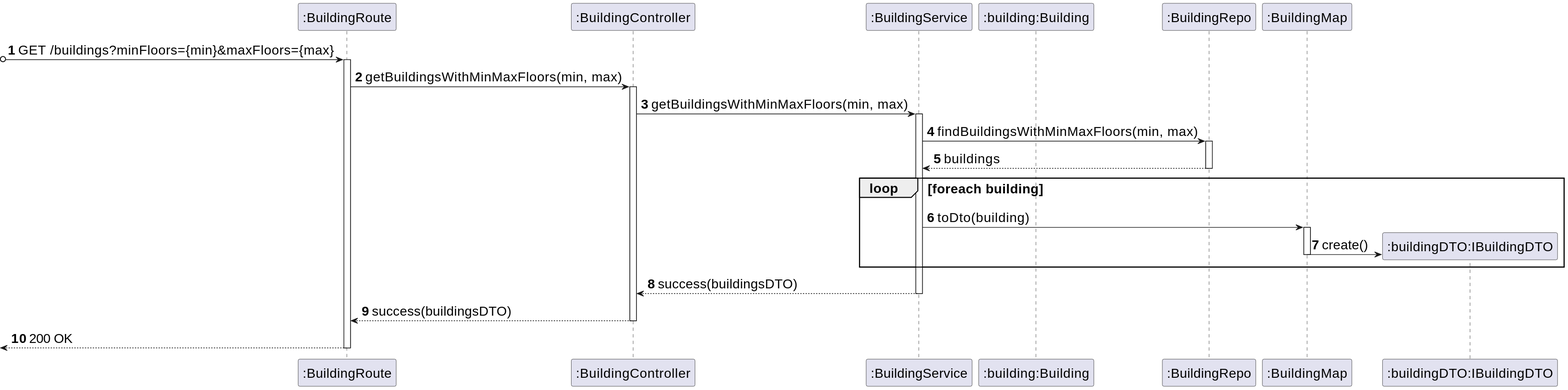
The PlantUML diagram _wiki/sprint-a/us04-180/views/level-3/assets/process-view.svg in miseEnPlace-dev/lapr5, before a commit. Its diagram source:
```plantuml
@startuml
skinparamlocked defaultFontSize 20
autonumber
participant ROUTE as ":BuildingRoute"
participant CTRL as ":BuildingController"
participant SRV as ":BuildingService"
participant BUILD as ":building:Building"
participant REPO as ":BuildingRepo"
participant MAP as ":BuildingMap"
participant DTO as ":buildingDTO:IBuildingDTO"

?o-> ROUTE : GET /buildings?minFloors={min}&maxFloors={max}
activate ROUTE

ROUTE -> CTRL : getBuildingsWithMinMaxFloors(min, max)
activate CTRL
CTRL -> SRV : getBuildingsWithMinMaxFloors(min, max)
activate SRV
SRV -> REPO : findBuildingsWithMinMaxFloors(min, max)
activate REPO
REPO --> SRV : buildings
deactivate REPO
loop foreach building
    SRV -> MAP : toDto(building)
    activate MAP
    MAP -> DTO** : create()
    deactivate MAP
end
SRV --> CTRL : success(buildingsDTO)
deactivate SRV
CTRL --> ROUTE : success(buildingsDTO)
deactivate CTRL
<-- ROUTE : 200 OK
deactivate ROUTE
@enduml
```
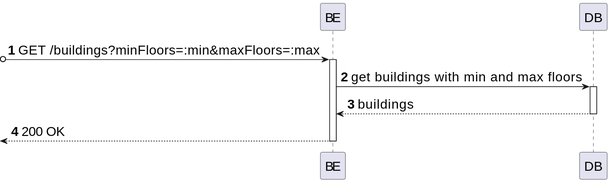
After the commit.

Change to the diagram source:
```diff
@@ -1,35 +1,17 @@
 @startuml
 skinparamlocked defaultFontSize 20
 autonumber
-participant ROUTE as ":BuildingRoute"
-participant CTRL as ":BuildingController"
-participant SRV as ":BuildingService"
-participant BUILD as ":building:Building"
-participant REPO as ":BuildingRepo"
-participant MAP as ":BuildingMap"
-participant DTO as ":buildingDTO:IBuildingDTO"
+participant BE as "BE"
+participant DB as "DB"
 
-?o-> ROUTE : GET /buildings?minFloors={min}&maxFloors={max}
-activate ROUTE
+?o-> BE : GET /buildings?minFloors=:min&maxFloors=:max
+activate BE
 
-ROUTE -> CTRL : getBuildingsWithMinMaxFloors(min, max)
-activate CTRL
-CTRL -> SRV : getBuildingsWithMinMaxFloors(min, max)
-activate SRV
-SRV -> REPO : findBuildingsWithMinMaxFloors(min, max)
-activate REPO
-REPO --> SRV : buildings
-deactivate REPO
-loop foreach building
-    SRV -> MAP : toDto(building)
-    activate MAP
-    MAP -> DTO** : create()
-    deactivate MAP
-end
-SRV --> CTRL : success(buildingsDTO)
-deactivate SRV
-CTRL --> ROUTE : success(buildingsDTO)
-deactivate CTRL
-<-- ROUTE : 200 OK
-deactivate ROUTE
+BE -> DB : get buildings with min and max floors
+activate DB
+DB --> BE : buildings
+deactivate DB
+
+<-- BE : 200 OK
+deactivate BE
 @enduml
```
